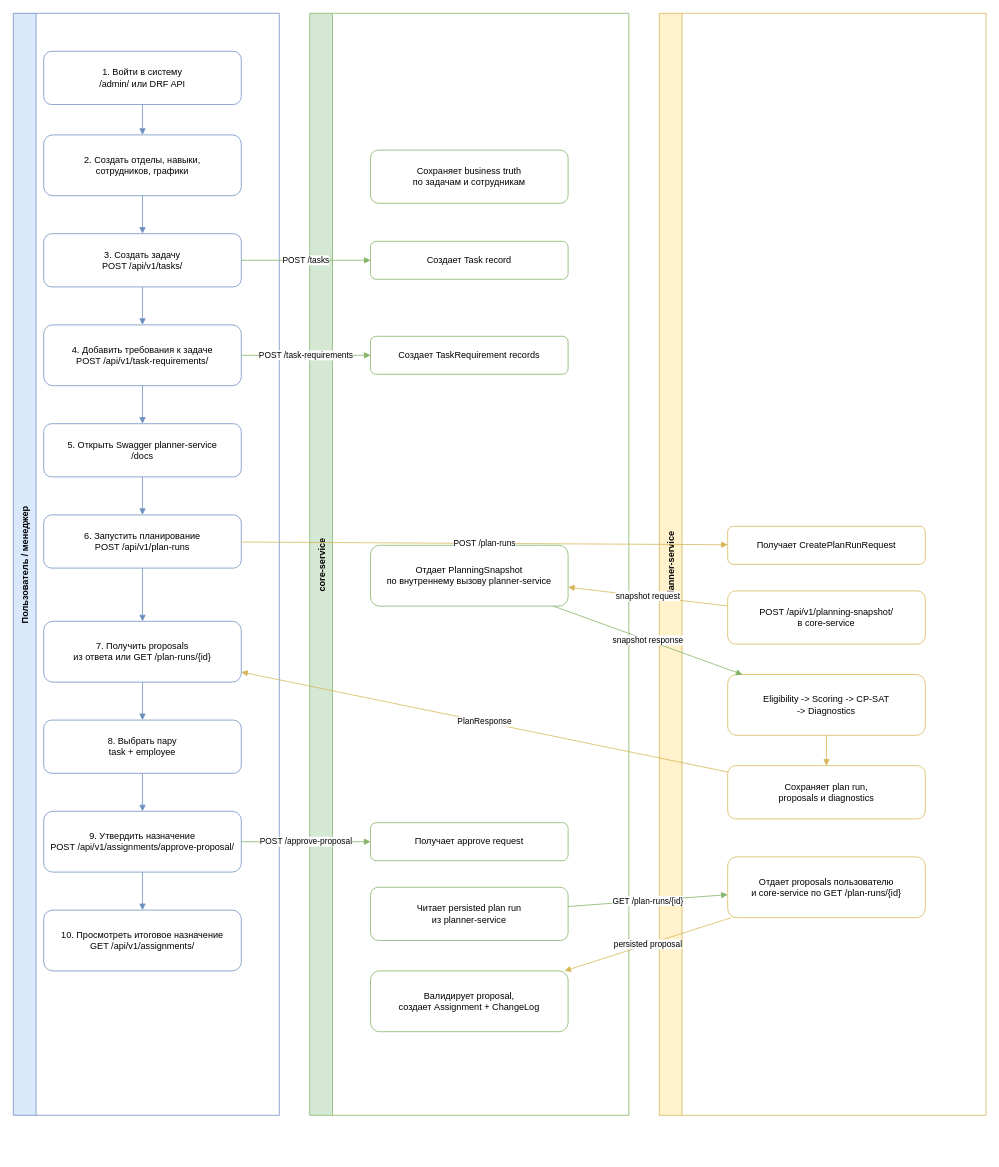
Before: docs/architecture/task-creation-and-final-assignment-flow.drawio in Soj044/diploma_Planner, a draw.io diagram. Source tidied: cells renumbered, new cells numbered last; positions are measured from the earlier drawing's top-left corner, leaving out a move shared by most shapes. Both pictures are drawn from the tidied source at 76%, with x=0, y=0 at pixel (13, 13).
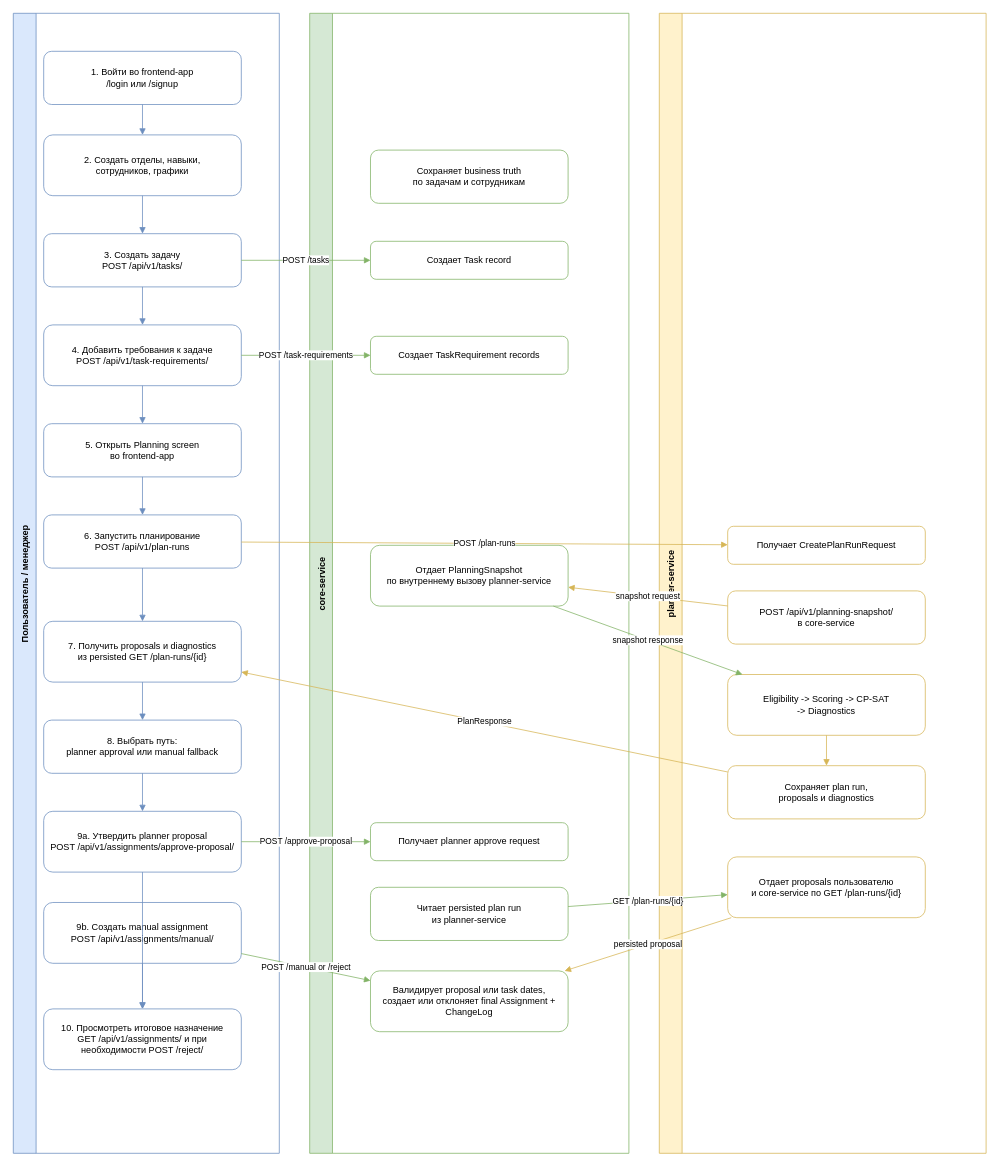
After the change.

Commit message (it also covers changes not shown here):
docs(architecture): sync stage1 backend contracts

Diff of the diagram source:
```diff
@@
     <mxCell id="2" value="Пользователь / менеджер" style="swimlane;horizontal=0;startSize=30;fillColor=#dae8fc;strokeColor=#6c8ebf;fontStyle=1;" parent="1" vertex="1">
-      <mxGeometry width="350" height="1450" as="geometry" />
+      <mxGeometry width="350" height="1500" as="geometry" />
     </mxCell>
     <mxCell id="3" value="core-service" style="swimlane;horizontal=0;startSize=30;fillColor=#d5e8d4;strokeColor=#82b366;fontStyle=1;" parent="1" vertex="1">
-      <mxGeometry x="390" width="420" height="1450" as="geometry" />
+      <mxGeometry x="390" width="420" height="1500" as="geometry" />
     </mxCell>
     <mxCell id="4" value="planner-service" style="swimlane;horizontal=0;startSize=30;fillColor=#fff2cc;strokeColor=#d6b656;fontStyle=1;" parent="1" vertex="1">
-      <mxGeometry x="850" width="430" height="1450" as="geometry" />
+      <mxGeometry x="850" width="430" height="1500" as="geometry" />
     </mxCell>
-    <mxCell id="5" value="1. Войти в систему&lt;br/&gt;/admin/ или DRF API" style="rounded=1;whiteSpace=wrap;html=1;fillColor=#ffffff;strokeColor=#6c8ebf;" parent="2" vertex="1">
+    <mxCell id="5" value="1. Войти во frontend-app&lt;br/&gt;/login или /signup" style="rounded=1;whiteSpace=wrap;html=1;fillColor=#ffffff;strokeColor=#6c8ebf;" parent="2" vertex="1">
       <mxGeometry x="40" y="50" width="260" height="70" as="geometry" />
     </mxCell>
@@
-    <mxCell id="9" value="5. Открыть Swagger planner-service&lt;br/&gt;/docs" style="rounded=1;whiteSpace=wrap;html=1;fillColor=#ffffff;strokeColor=#6c8ebf;" parent="2" vertex="1">
+    <mxCell id="9" value="5. Открыть Planning screen&lt;br/&gt;во frontend-app" style="rounded=1;whiteSpace=wrap;html=1;fillColor=#ffffff;strokeColor=#6c8ebf;" parent="2" vertex="1">
       <mxGeometry x="40" y="540" width="260" height="70" as="geometry" />
     </mxCell>
@@
-    <mxCell id="11" value="7. Получить proposals&lt;br/&gt;из ответа или GET /plan-runs/{id}" style="rounded=1;whiteSpace=wrap;html=1;fillColor=#ffffff;strokeColor=#6c8ebf;" parent="2" vertex="1">
+    <mxCell id="11" value="7. Получить proposals и diagnostics&lt;br/&gt;из persisted GET /plan-runs/{id}" style="rounded=1;whiteSpace=wrap;html=1;fillColor=#ffffff;strokeColor=#6c8ebf;" parent="2" vertex="1">
       <mxGeometry x="40" y="800" width="260" height="80" as="geometry" />
     </mxCell>
-    <mxCell id="12" value="8. Выбрать пару&lt;br/&gt;task + employee" style="rounded=1;whiteSpace=wrap;html=1;fillColor=#ffffff;strokeColor=#6c8ebf;" parent="2" vertex="1">
+    <mxCell id="12" value="8. Выбрать путь:&lt;br/&gt;planner approval или manual fallback" style="rounded=1;whiteSpace=wrap;html=1;fillColor=#ffffff;strokeColor=#6c8ebf;" parent="2" vertex="1">
       <mxGeometry x="40" y="930" width="260" height="70" as="geometry" />
     </mxCell>
-    <mxCell id="13" value="9. Утвердить назначение&lt;br/&gt;POST /api/v1/assignments/approve-proposal/" style="rounded=1;whiteSpace=wrap;html=1;fillColor=#ffffff;strokeColor=#6c8ebf;" parent="2" vertex="1">
+    <mxCell id="13" value="9a. Утвердить planner proposal&lt;br/&gt;POST /api/v1/assignments/approve-proposal/" style="rounded=1;whiteSpace=wrap;html=1;fillColor=#ffffff;strokeColor=#6c8ebf;" parent="2" vertex="1">
       <mxGeometry x="40" y="1050" width="260" height="80" as="geometry" />
     </mxCell>
-    <mxCell id="14" value="10. Просмотреть итоговое назначение&lt;br/&gt;GET /api/v1/assignments/" style="rounded=1;whiteSpace=wrap;html=1;fillColor=#ffffff;strokeColor=#6c8ebf;" parent="2" vertex="1">
-      <mxGeometry x="40" y="1180" width="260" height="80" as="geometry" />
+    <mxCell id="14" value="10. Просмотреть итоговое назначение&lt;br/&gt;GET /api/v1/assignments/ и при необходимости POST /reject/" style="rounded=1;whiteSpace=wrap;html=1;fillColor=#ffffff;strokeColor=#6c8ebf;" parent="2" vertex="1">
+      <mxGeometry x="40" y="1310" width="260" height="80" as="geometry" />
     </mxCell>
+    <mxCell id="46" value="9b. Создать manual assignment&lt;br/&gt;POST /api/v1/assignments/manual/" style="rounded=1;whiteSpace=wrap;html=1;fillColor=#ffffff;strokeColor=#6c8ebf;" parent="2" vertex="1">
+      <mxGeometry x="40" y="1170" width="260" height="80" as="geometry" />
+    </mxCell>
@@
-    <mxCell id="19" value="Получает approve request" style="rounded=1;whiteSpace=wrap;html=1;fillColor=#ffffff;strokeColor=#82b366;" parent="3" vertex="1">
+    <mxCell id="19" value="Получает planner approve request" style="rounded=1;whiteSpace=wrap;html=1;fillColor=#ffffff;strokeColor=#82b366;" parent="3" vertex="1">
       <mxGeometry x="80" y="1065" width="260" height="50" as="geometry" />
     </mxCell>
@@
-    <mxCell id="21" value="Валидирует proposal,&lt;br/&gt;создает Assignment + ChangeLog" style="rounded=1;whiteSpace=wrap;html=1;fillColor=#ffffff;strokeColor=#82b366;" parent="3" vertex="1">
+    <mxCell id="21" value="Валидирует proposal или task dates,&lt;br/&gt;создает или отклоняет final Assignment + ChangeLog" style="rounded=1;whiteSpace=wrap;html=1;fillColor=#ffffff;strokeColor=#82b366;" parent="3" vertex="1">
       <mxGeometry x="80" y="1260" width="260" height="80" as="geometry" />
     </mxCell>
@@
+    <mxCell id="47" style="endArrow=block;html=1;strokeColor=#6c8ebf;" parent="1" edge="1" source="46" target="14">
+      <mxGeometry relative="1" as="geometry" />
+    </mxCell>
+    <mxCell id="48" value="POST /manual or /reject" style="endArrow=block;html=1;strokeColor=#82b366;" parent="1" edge="1" source="46" target="21">
+      <mxGeometry relative="1" as="geometry" />
+    </mxCell>
```
